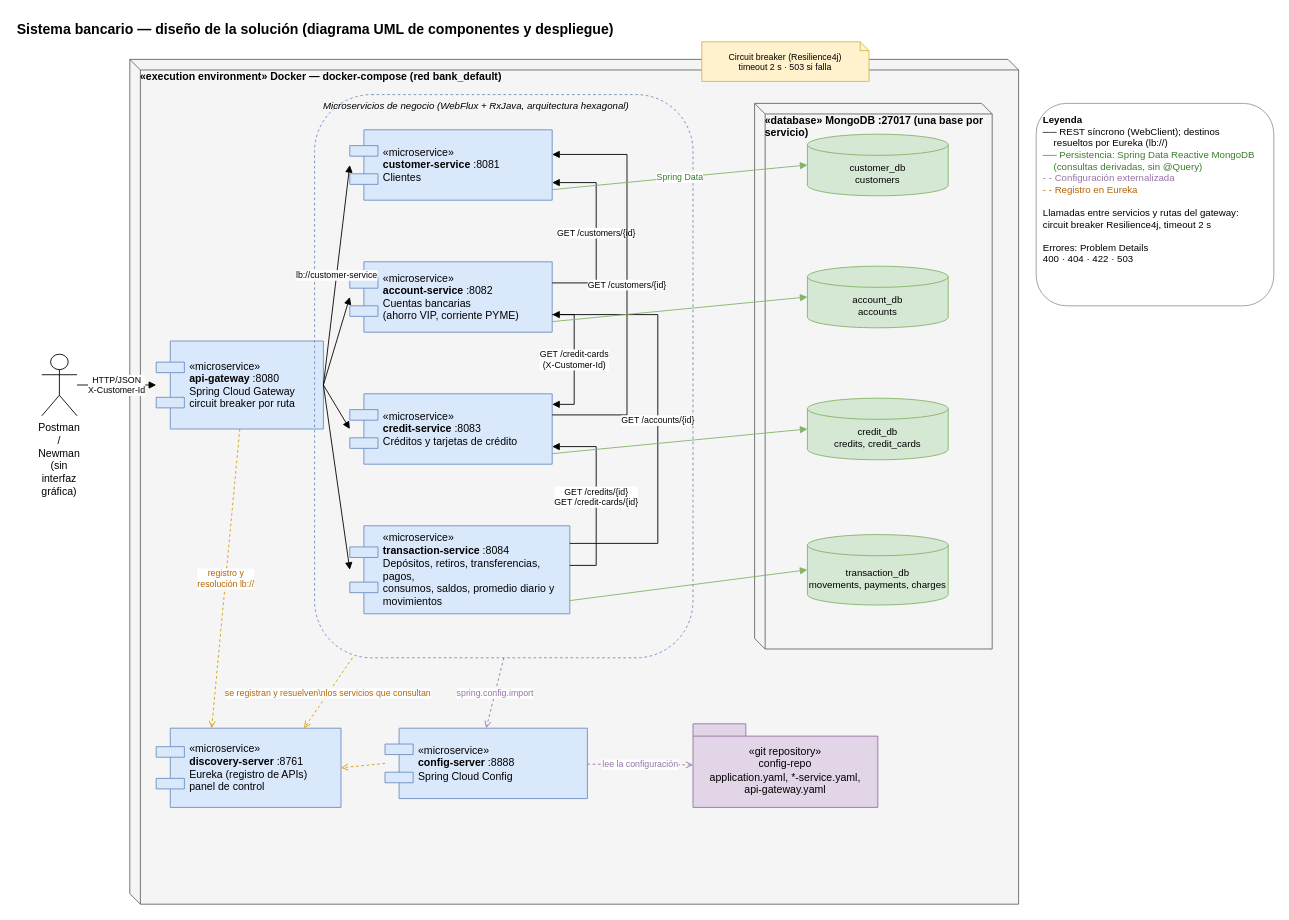
The draw.io diagram docs/diagrams/solution-design.drawio in kuroxbyte/bootcamp-bank-project-docs, before the edit. Source tidied: cells renumbered, new cells numbered last; positions are measured from the earlier drawing's top-left corner, leaving out a move shared by most shapes. Both pictures are drawn from the tidied source at 88%, with x=0, y=0 at pixel (15, 15).
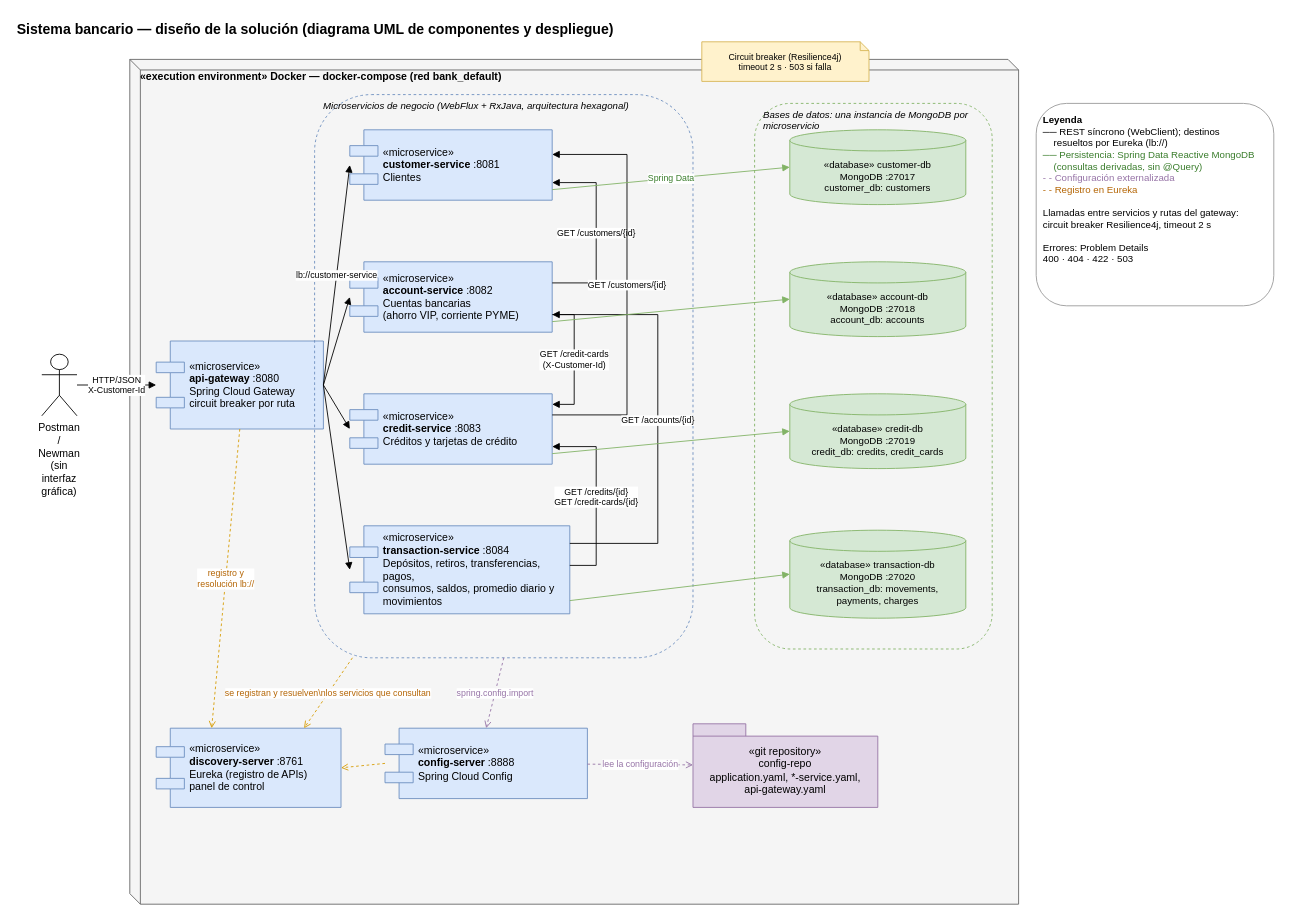
The same diagram, later.

Commit message (it also covers changes not shown here):
feat(docker): una instancia de MongoDB por microservicio

Diff of the diagram source:
```diff
@@
-    <mxCell id="10" value="«database» MongoDB :27017 (una base por servicio)" style="shape=cube;whiteSpace=wrap;html=1;size=12;verticalAlign=top;align=left;spacingLeft=10;spacingTop=6;fillColor=#f5f5f5;strokeColor=#666666;fontStyle=1;" parent="1" vertex="1">
+    <mxCell id="10" value="Bases de datos: una instancia de MongoDB por microservicio" style="rounded=1;dashed=1;fillColor=none;strokeColor=#82b366;verticalAlign=top;align=left;spacingLeft=8;fontSize=11;fontStyle=2;html=1;whiteSpace=wrap;" parent="1" vertex="1">
       <mxGeometry x="840" y="100" width="270" height="620" as="geometry" />
     </mxCell>
-    <mxCell id="11" value="customer_db&lt;br&gt;customers" style="shape=cylinder3;whiteSpace=wrap;html=1;boundedLbl=1;size=12;fillColor=#d5e8d4;strokeColor=#82b366;fontSize=11;" parent="1" vertex="1">
-      <mxGeometry x="900" y="135" width="160" height="70" as="geometry" />
+    <mxCell id="11" value="«database» customer-db&lt;br&gt;MongoDB :27017&lt;br&gt;customer_db: customers" style="shape=cylinder3;whiteSpace=wrap;html=1;boundedLbl=1;size=12;fillColor=#d5e8d4;strokeColor=#82b366;fontSize=11;" parent="1" vertex="1">
+      <mxGeometry x="880" y="130" width="200" height="85" as="geometry" />
     </mxCell>
-    <mxCell id="12" value="account_db&lt;br&gt;accounts" style="shape=cylinder3;whiteSpace=wrap;html=1;boundedLbl=1;size=12;fillColor=#d5e8d4;strokeColor=#82b366;fontSize=11;" parent="1" vertex="1">
-      <mxGeometry x="900" y="285" width="160" height="70" as="geometry" />
+    <mxCell id="12" value="«database» account-db&lt;br&gt;MongoDB :27018&lt;br&gt;account_db: accounts" style="shape=cylinder3;whiteSpace=wrap;html=1;boundedLbl=1;size=12;fillColor=#d5e8d4;strokeColor=#82b366;fontSize=11;" parent="1" vertex="1">
+      <mxGeometry x="880" y="280" width="200" height="85" as="geometry" />
     </mxCell>
-    <mxCell id="13" value="credit_db&lt;br&gt;credits, credit_cards" style="shape=cylinder3;whiteSpace=wrap;html=1;boundedLbl=1;size=12;fillColor=#d5e8d4;strokeColor=#82b366;fontSize=11;" parent="1" vertex="1">
-      <mxGeometry x="900" y="435" width="160" height="70" as="geometry" />
+    <mxCell id="13" value="«database» credit-db&lt;br&gt;MongoDB :27019&lt;br&gt;credit_db: credits, credit_cards" style="shape=cylinder3;whiteSpace=wrap;html=1;boundedLbl=1;size=12;fillColor=#d5e8d4;strokeColor=#82b366;fontSize=11;" parent="1" vertex="1">
+      <mxGeometry x="880" y="430" width="200" height="85" as="geometry" />
     </mxCell>
-    <mxCell id="14" value="transaction_db&lt;br&gt;movements, payments, charges" style="shape=cylinder3;whiteSpace=wrap;html=1;boundedLbl=1;size=12;fillColor=#d5e8d4;strokeColor=#82b366;fontSize=11;" parent="1" vertex="1">
-      <mxGeometry x="900" y="590" width="160" height="80" as="geometry" />
+    <mxCell id="14" value="«database» transaction-db&lt;br&gt;MongoDB :27020&lt;br&gt;transaction_db: movements,&lt;br&gt;payments, charges" style="shape=cylinder3;whiteSpace=wrap;html=1;boundedLbl=1;size=12;fillColor=#d5e8d4;strokeColor=#82b366;fontSize=11;" parent="1" vertex="1">
+      <mxGeometry x="880" y="585" width="200" height="100" as="geometry" />
     </mxCell>
```
